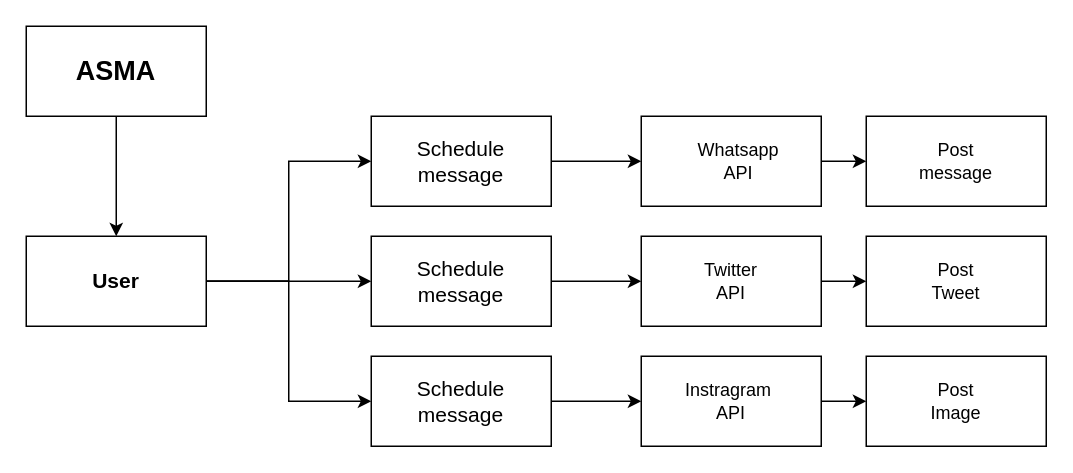
Above: page "arc structure" (1 of 2) of flowchart.drawio in Antojoel/collegeminiproject1 (draw.io), before the change. Source tidied: cells renumbered, new cells numbered last; positions are measured from the earlier drawing's top-left corner, leaving out a move shared by most shapes. Both pictures are drawn from the tidied source at 150%, with x=0, y=0 at pixel (26, 26).
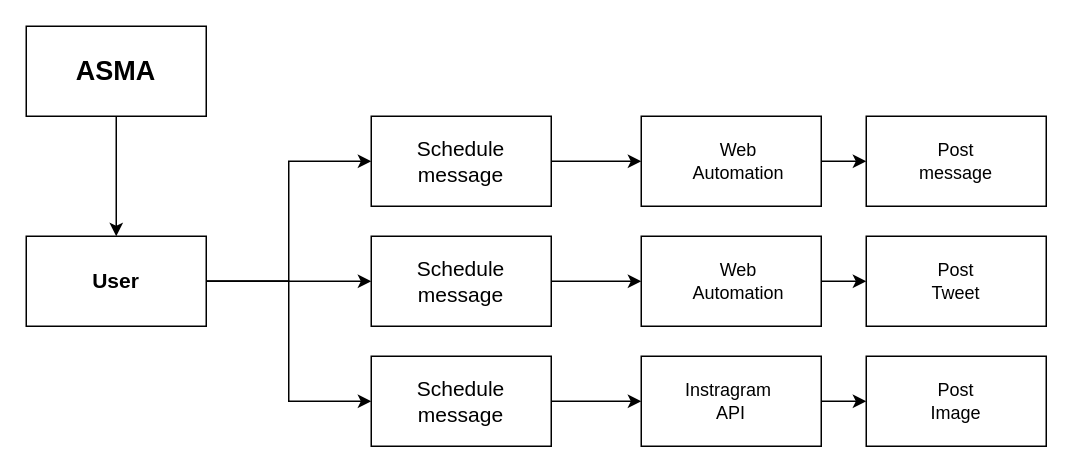
Above is the later version.

Diff of the diagram source:
```diff
@@
-    <mxCell id="26" value="Whatsapp&lt;br&gt;API" style="text;html=1;strokeColor=none;fillColor=none;align=center;verticalAlign=middle;whiteSpace=wrap;rounded=0;" parent="1" vertex="1">
+    <mxCell id="26" value="Web Automation" style="text;html=1;strokeColor=none;fillColor=none;align=center;verticalAlign=middle;whiteSpace=wrap;rounded=0;" parent="1" vertex="1">
       <mxGeometry x="440" y="70" width="70" height="40" as="geometry" />
     </mxCell>
-    <mxCell id="27" value="Twitter&lt;br&gt;API" style="text;html=1;strokeColor=none;fillColor=none;align=center;verticalAlign=middle;whiteSpace=wrap;rounded=0;" parent="1" vertex="1">
-      <mxGeometry x="450" y="160" width="40" height="20" as="geometry" />
-    </mxCell>
@@
+    <mxCell id="34" value="Web Automation" style="text;html=1;strokeColor=none;fillColor=none;align=center;verticalAlign=middle;whiteSpace=wrap;rounded=0;" parent="1" vertex="1">
+      <mxGeometry x="440" y="150" width="70" height="40" as="geometry" />
+    </mxCell>
```
